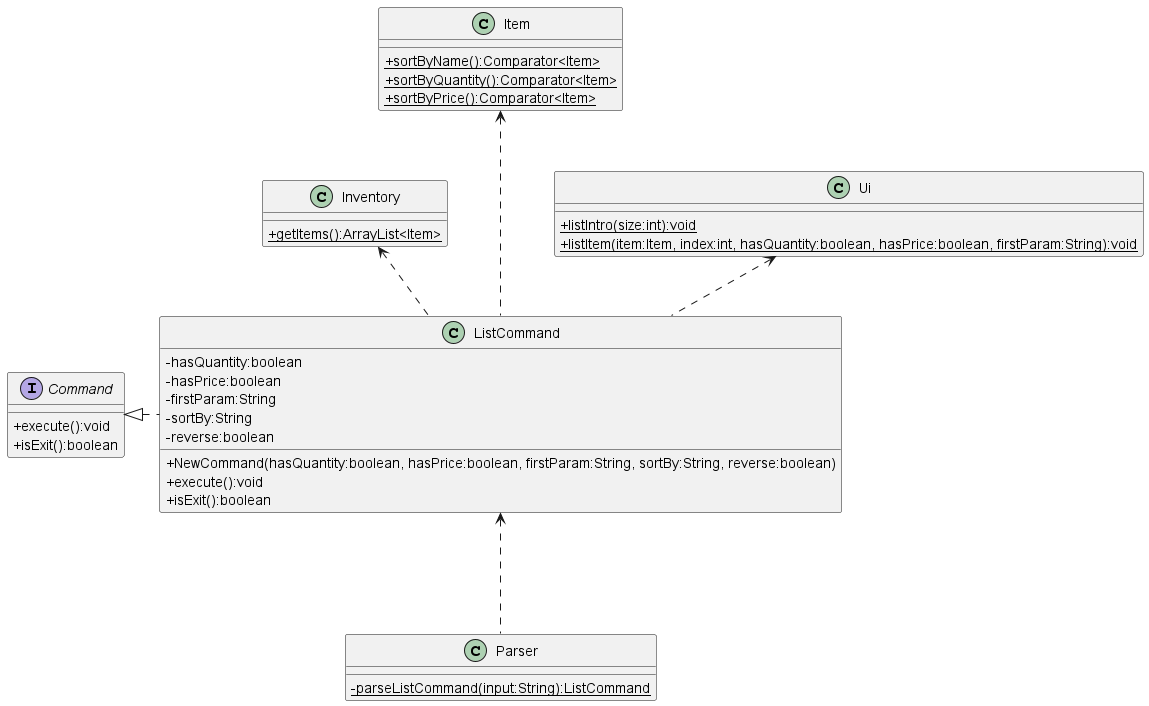
rismm/tp keeps this PlantUML diagram as docs/uml-diagrams/ListCommandClass.png. Above is the earlier version.
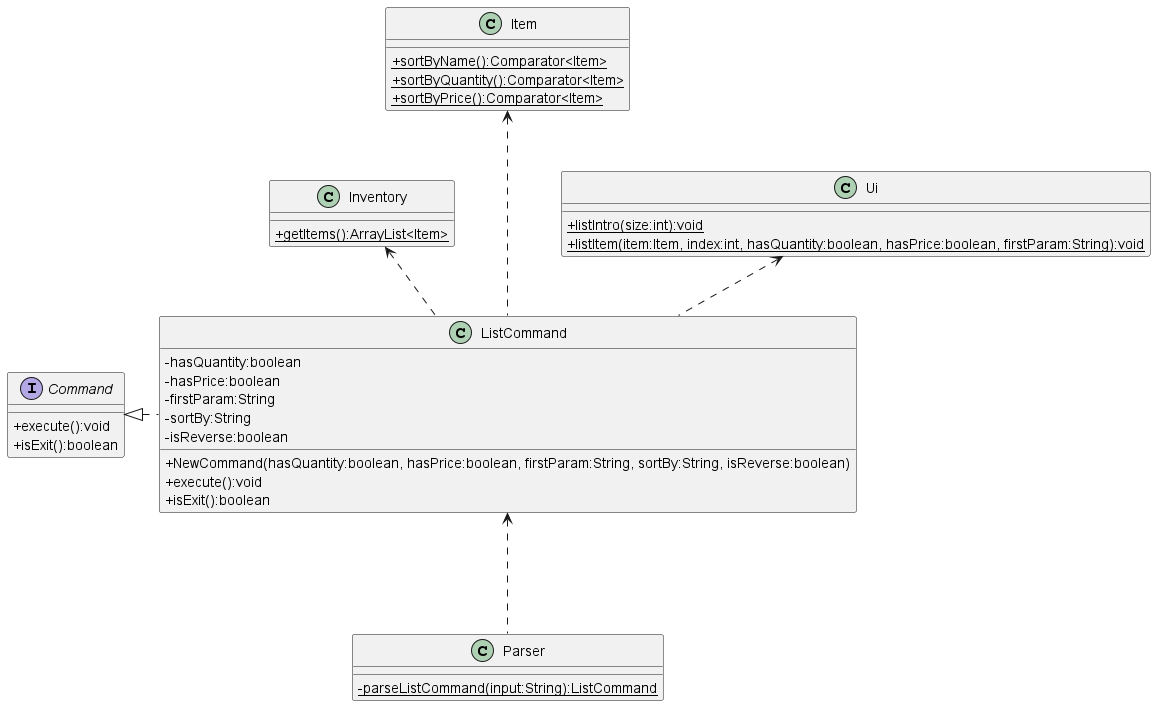
After the change.

Commit message:
Update developer guide for list command

Change to the diagram source:
```diff
@@ -24,8 +24,8 @@
     -hasPrice:boolean
     -firstParam:String
     -sortBy:String
-    -reverse:boolean
-    +NewCommand(hasQuantity:boolean, hasPrice:boolean, firstParam:String, sortBy:String, reverse:boolean)
+    -isReverse:boolean
+    +NewCommand(hasQuantity:boolean, hasPrice:boolean, firstParam:String, sortBy:String, isReverse:boolean)
     +execute():void
     +isExit():boolean
 }
```
